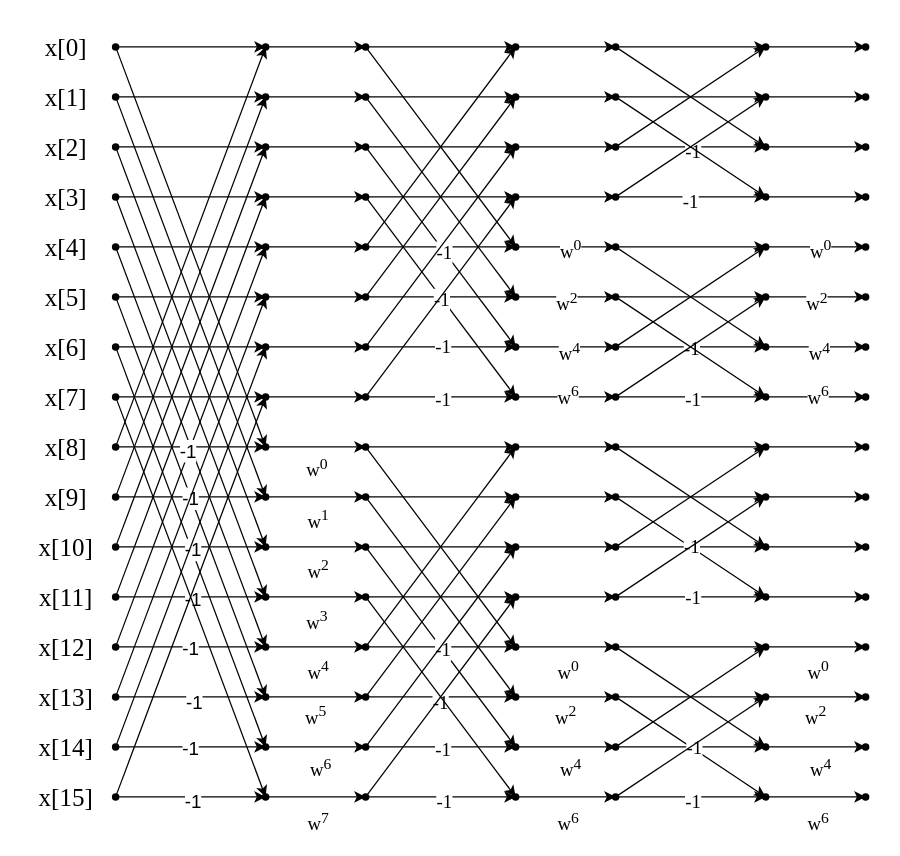
The draw.io diagram DIF_BFG.drawio in ALpht/16_FFT, before the edit. Source tidied: cells renumbered, new cells numbered last; positions are measured from the earlier drawing's top-left corner, leaving out a move shared by most shapes. Both pictures are drawn from the tidied source at 125%, with x=0, y=0 at pixel (21, 21).
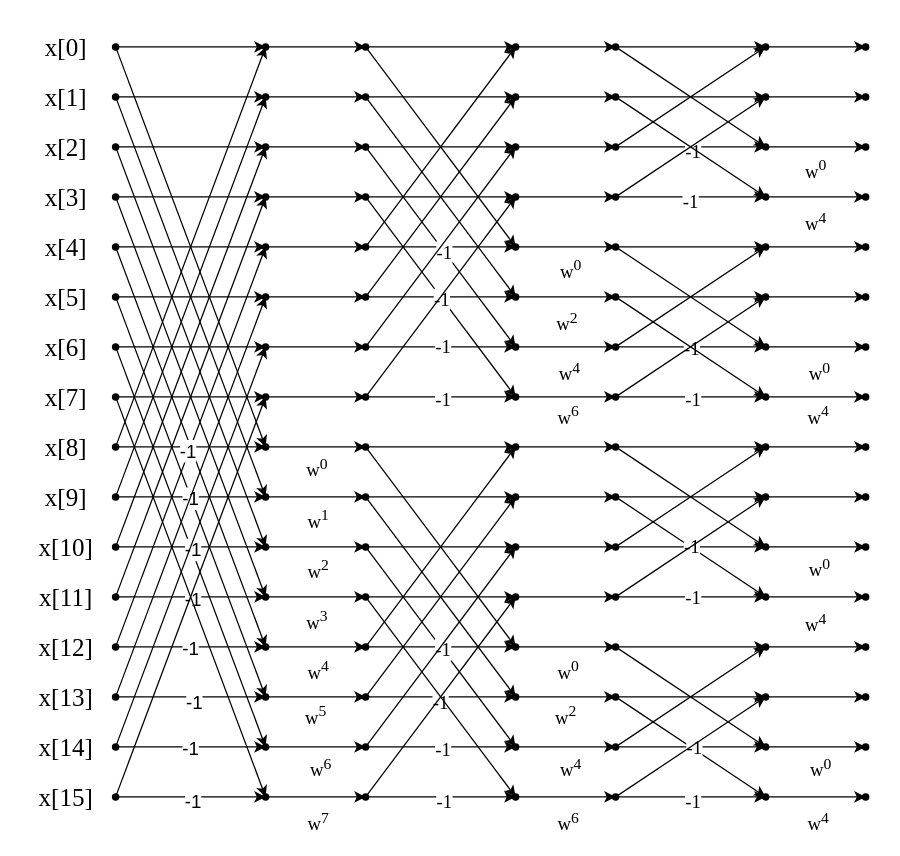
The same diagram, later.

Unchanged cells that the change refers to:
```xml
<mxCell id="188" style="edgeStyle=none;shape=connector;rounded=0;jettySize=auto;html=1;labelBackgroundColor=default;strokeColor=default;align=center;verticalAlign=middle;fontFamily=Helvetica;fontSize=11;fontColor=default;endArrow=classic;" parent="1" edge="1" target="208">
  <mxGeometry relative="1" as="geometry">
    <mxPoint x="395" y="180" as="sourcePoint" />
  </mxGeometry>
</mxCell>
<mxCell id="190" style="edgeStyle=none;shape=connector;rounded=0;jettySize=auto;html=1;labelBackgroundColor=default;strokeColor=default;align=center;verticalAlign=middle;fontFamily=Helvetica;fontSize=11;fontColor=default;endArrow=classic;" parent="1" edge="1" target="209">
  <mxGeometry relative="1" as="geometry">
    <mxPoint x="395" y="300" as="sourcePoint" />
  </mxGeometry>
</mxCell>
<mxCell id="192" style="edgeStyle=none;shape=connector;rounded=0;jettySize=auto;html=1;labelBackgroundColor=default;strokeColor=default;align=center;verticalAlign=middle;fontFamily=Helvetica;fontSize=11;fontColor=default;endArrow=classic;" parent="1" edge="1" target="212">
  <mxGeometry relative="1" as="geometry">
    <mxPoint x="395" y="260" as="sourcePoint" />
  </mxGeometry>
</mxCell>
<mxCell id="226" style="edgeStyle=none;shape=connector;rounded=0;jettySize=auto;html=1;entryX=0.75;entryY=0.45;entryDx=0;entryDy=0;entryPerimeter=0;labelBackgroundColor=default;strokeColor=default;align=center;verticalAlign=middle;fontFamily=Helvetica;fontSize=11;fontColor=default;endArrow=classic;" parent="1" edge="1" target="214">
  <mxGeometry relative="1" as="geometry">
    <mxPoint x="395" y="220" as="sourcePoint" />
  </mxGeometry>
</mxCell>
<mxCell id="284" style="edgeStyle=none;shape=connector;rounded=0;jettySize=auto;html=1;labelBackgroundColor=default;strokeColor=default;align=center;verticalAlign=middle;fontFamily=Helvetica;fontSize=11;fontColor=default;endArrow=classic;" parent="1" edge="1" target="297">
  <mxGeometry relative="1" as="geometry">
    <mxPoint x="595" y="180" as="sourcePoint" />
  </mxGeometry>
</mxCell>
<mxCell id="286" style="edgeStyle=none;shape=connector;rounded=0;jettySize=auto;html=1;labelBackgroundColor=default;strokeColor=default;align=center;verticalAlign=middle;fontFamily=Helvetica;fontSize=11;fontColor=default;endArrow=classic;" parent="1" edge="1" target="298">
  <mxGeometry relative="1" as="geometry">
    <mxPoint x="595" y="300" as="sourcePoint" />
  </mxGeometry>
</mxCell>
<mxCell id="288" style="edgeStyle=none;shape=connector;rounded=0;jettySize=auto;html=1;labelBackgroundColor=default;strokeColor=default;align=center;verticalAlign=middle;fontFamily=Helvetica;fontSize=11;fontColor=default;endArrow=classic;" parent="1" edge="1" target="299">
  <mxGeometry relative="1" as="geometry">
    <mxPoint x="595" y="260" as="sourcePoint" />
  </mxGeometry>
</mxCell>
<mxCell id="290" style="edgeStyle=none;shape=connector;rounded=0;jettySize=auto;html=1;labelBackgroundColor=default;strokeColor=default;align=center;verticalAlign=middle;fontFamily=Helvetica;fontSize=11;fontColor=default;endArrow=classic;" parent="1" edge="1" target="303">
  <mxGeometry relative="1" as="geometry">
    <mxPoint x="595" y="420" as="sourcePoint" />
  </mxGeometry>
</mxCell>
<mxCell id="291" style="edgeStyle=none;shape=connector;rounded=0;jettySize=auto;html=1;labelBackgroundColor=default;strokeColor=default;align=center;verticalAlign=middle;fontFamily=Helvetica;fontSize=11;fontColor=default;endArrow=classic;" parent="1" edge="1" target="307">
  <mxGeometry relative="1" as="geometry">
    <mxPoint x="595" y="580" as="sourcePoint" />
  </mxGeometry>
</mxCell>
<mxCell id="309" style="edgeStyle=none;shape=connector;rounded=0;jettySize=auto;html=1;entryX=0.05;entryY=0.5;entryDx=0;entryDy=0;entryPerimeter=0;labelBackgroundColor=default;strokeColor=default;align=center;verticalAlign=middle;fontFamily=Helvetica;fontSize=11;fontColor=default;endArrow=classic;" parent="1" edge="1" target="295">
  <mxGeometry relative="1" as="geometry">
    <mxPoint x="595" y="100" as="sourcePoint" />
  </mxGeometry>
</mxCell>
<mxCell id="310" style="edgeStyle=none;shape=connector;rounded=0;jettySize=auto;html=1;entryX=-0.1;entryY=0.35;entryDx=0;entryDy=0;entryPerimeter=0;labelBackgroundColor=default;strokeColor=default;align=center;verticalAlign=middle;fontFamily=Helvetica;fontSize=11;fontColor=default;endArrow=classic;" parent="1" edge="1" target="294">
  <mxGeometry relative="1" as="geometry">
    <mxPoint x="595" y="140" as="sourcePoint" />
  </mxGeometry>
</mxCell>
<mxCell id="311" style="edgeStyle=none;shape=connector;rounded=0;jettySize=auto;html=1;entryX=0.75;entryY=0.45;entryDx=0;entryDy=0;entryPerimeter=0;labelBackgroundColor=default;strokeColor=default;align=center;verticalAlign=middle;fontFamily=Helvetica;fontSize=11;fontColor=default;endArrow=classic;" parent="1" edge="1" target="300">
  <mxGeometry relative="1" as="geometry">
    <mxPoint x="595" y="220" as="sourcePoint" />
  </mxGeometry>
</mxCell>
<mxCell id="315" style="edgeStyle=none;shape=connector;rounded=0;jettySize=auto;html=1;entryX=0.4;entryY=0.75;entryDx=0;entryDy=0;entryPerimeter=0;labelBackgroundColor=default;strokeColor=default;align=center;verticalAlign=middle;fontFamily=Helvetica;fontSize=11;fontColor=default;endArrow=classic;" parent="1" edge="1" target="302">
  <mxGeometry relative="1" as="geometry">
    <mxPoint x="595" y="460" as="sourcePoint" />
  </mxGeometry>
</mxCell>
<mxCell id="316" style="edgeStyle=none;shape=connector;rounded=0;jettySize=auto;html=1;entryX=0.25;entryY=0.6;entryDx=0;entryDy=0;entryPerimeter=0;labelBackgroundColor=default;strokeColor=default;align=center;verticalAlign=middle;fontFamily=Helvetica;fontSize=11;fontColor=default;endArrow=classic;" parent="1" edge="1" target="305">
  <mxGeometry relative="1" as="geometry">
    <mxPoint x="595" y="500" as="sourcePoint" />
  </mxGeometry>
</mxCell>
<mxCell id="318" style="edgeStyle=none;shape=connector;rounded=0;jettySize=auto;html=1;entryX=0.2;entryY=0.45;entryDx=0;entryDy=0;entryPerimeter=0;labelBackgroundColor=default;strokeColor=default;align=center;verticalAlign=middle;fontFamily=Helvetica;fontSize=11;fontColor=default;endArrow=classic;" parent="1" edge="1" target="308">
  <mxGeometry relative="1" as="geometry">
    <mxPoint x="595" y="540" as="sourcePoint" />
  </mxGeometry>
</mxCell>
<mxCell id="320" style="edgeStyle=none;shape=connector;rounded=0;jettySize=auto;html=1;entryX=-0.15;entryY=0.5;entryDx=0;entryDy=0;entryPerimeter=0;labelBackgroundColor=default;strokeColor=default;align=center;verticalAlign=middle;fontFamily=Helvetica;fontSize=11;fontColor=default;endArrow=classic;" parent="1" edge="1" target="306">
  <mxGeometry relative="1" as="geometry">
    <mxPoint x="595" y="620" as="sourcePoint" />
  </mxGeometry>
</mxCell>
```

Diff of the diagram source:
```diff
@@
-    <mxCell id="189" value="&lt;font style=&quot;font-size: 15px;&quot; face=&quot;Times New Roman&quot;&gt;w&lt;sup&gt;0&lt;/sup&gt;&lt;/font&gt;" style="edgeLabel;html=1;align=center;verticalAlign=middle;fontSize=11;fontFamily=Helvetica;fontColor=default;" parent="188" vertex="1">
+    <mxCell id="189" value="&lt;font style=&quot;font-size: 15px;&quot; face=&quot;Times New Roman&quot;&gt;w&lt;sup&gt;0&lt;/sup&gt;&lt;/font&gt;" style="edgeLabel;html=1;align=center;verticalAlign=top;fontSize=11;fontFamily=Helvetica;fontColor=default;labelPosition=center;verticalLabelPosition=bottom;" parent="188" vertex="1">
       <mxGeometry x="0.07" y="-1" relative="1" as="geometry" />
     </mxCell>
@@
-    <mxCell id="191" value="&lt;font style=&quot;font-size: 15px;&quot; face=&quot;Times New Roman&quot;&gt;w&lt;sup style=&quot;border-color: var(--border-color);&quot;&gt;6&lt;/sup&gt;&lt;/font&gt;" style="edgeLabel;html=1;align=center;verticalAlign=middle;fontSize=11;fontFamily=Helvetica;fontColor=default;" parent="190" vertex="1">
+    <mxCell id="191" value="&lt;font style=&quot;font-size: 15px;&quot; face=&quot;Times New Roman&quot;&gt;w&lt;sup style=&quot;border-color: var(--border-color);&quot;&gt;6&lt;/sup&gt;&lt;/font&gt;" style="edgeLabel;html=1;align=center;verticalAlign=top;fontSize=11;fontFamily=Helvetica;fontColor=default;labelPosition=center;verticalLabelPosition=bottom;" parent="190" vertex="1">
       <mxGeometry x="0.03" y="2" relative="1" as="geometry" />
     </mxCell>
@@
-    <mxCell id="193" value="&lt;font style=&quot;font-size: 15px;&quot; face=&quot;Times New Roman&quot;&gt;w&lt;sup style=&quot;border-color: var(--border-color);&quot;&gt;4&lt;/sup&gt;&lt;/font&gt;" style="edgeLabel;html=1;align=center;verticalAlign=middle;fontSize=11;fontFamily=Helvetica;fontColor=default;" parent="192" vertex="1">
+    <mxCell id="193" value="&lt;font style=&quot;font-size: 15px;&quot; face=&quot;Times New Roman&quot;&gt;w&lt;sup style=&quot;border-color: var(--border-color);&quot;&gt;4&lt;/sup&gt;&lt;/font&gt;" style="edgeLabel;html=1;align=center;verticalAlign=top;fontSize=11;fontFamily=Helvetica;fontColor=default;labelPosition=center;verticalLabelPosition=bottom;" parent="192" vertex="1">
       <mxGeometry x="0.05" y="-3" relative="1" as="geometry" />
     </mxCell>
@@
-    <mxCell id="227" value="&lt;font style=&quot;font-size: 15px;&quot; face=&quot;Times New Roman&quot;&gt;w&lt;sup style=&quot;border-color: var(--border-color);&quot;&gt;2&lt;/sup&gt;&lt;/font&gt;" style="edgeLabel;html=1;align=center;verticalAlign=middle;fontSize=11;fontFamily=Helvetica;fontColor=default;" parent="226" vertex="1">
+    <mxCell id="227" value="&lt;font style=&quot;font-size: 15px;&quot; face=&quot;Times New Roman&quot;&gt;w&lt;sup style=&quot;border-color: var(--border-color);&quot;&gt;2&lt;/sup&gt;&lt;/font&gt;" style="edgeLabel;html=1;align=center;verticalAlign=top;fontSize=11;fontFamily=Helvetica;fontColor=default;labelPosition=center;verticalLabelPosition=bottom;" parent="226" vertex="1">
       <mxGeometry y="-3" relative="1" as="geometry" />
     </mxCell>
@@
-    <mxCell id="285" value="&lt;font style=&quot;font-size: 15px;&quot; face=&quot;Times New Roman&quot;&gt;w&lt;sup&gt;0&lt;/sup&gt;&lt;/font&gt;" style="edgeLabel;html=1;align=center;verticalAlign=middle;fontSize=11;fontFamily=Helvetica;fontColor=default;" parent="284" vertex="1">
-      <mxGeometry x="0.07" y="-1" relative="1" as="geometry" />
-    </mxCell>
@@
-    <mxCell id="287" value="&lt;font style=&quot;font-size: 15px;&quot; face=&quot;Times New Roman&quot;&gt;w&lt;sup style=&quot;border-color: var(--border-color);&quot;&gt;6&lt;/sup&gt;&lt;/font&gt;" style="edgeLabel;html=1;align=center;verticalAlign=middle;fontSize=11;fontFamily=Helvetica;fontColor=default;" parent="286" vertex="1">
+    <mxCell id="287" value="&lt;font style=&quot;font-size: 15px;&quot; face=&quot;Times New Roman&quot;&gt;w&lt;sup style=&quot;border-color: var(--border-color);&quot;&gt;4&lt;/sup&gt;&lt;/font&gt;" style="edgeLabel;html=1;align=center;verticalAlign=top;fontSize=11;fontFamily=Helvetica;fontColor=default;labelPosition=center;verticalLabelPosition=bottom;" parent="286" vertex="1">
       <mxGeometry x="0.03" y="2" relative="1" as="geometry" />
     </mxCell>
@@
-    <mxCell id="289" value="&lt;font style=&quot;font-size: 15px;&quot; face=&quot;Times New Roman&quot;&gt;w&lt;sup style=&quot;border-color: var(--border-color);&quot;&gt;4&lt;/sup&gt;&lt;/font&gt;" style="edgeLabel;html=1;align=center;verticalAlign=middle;fontSize=11;fontFamily=Helvetica;fontColor=default;" parent="288" vertex="1">
+    <mxCell id="289" value="&lt;font style=&quot;font-size: 15px;&quot; face=&quot;Times New Roman&quot;&gt;w&lt;sup style=&quot;border-color: var(--border-color);&quot;&gt;0&lt;/sup&gt;&lt;/font&gt;" style="edgeLabel;html=1;align=center;verticalAlign=top;fontSize=11;fontFamily=Helvetica;fontColor=default;labelPosition=center;verticalLabelPosition=bottom;" parent="288" vertex="1">
       <mxGeometry x="0.05" y="-3" relative="1" as="geometry" />
     </mxCell>
@@
+    <mxCell id="322" value="&lt;font style=&quot;font-size: 15px;&quot; face=&quot;Times New Roman&quot;&gt;w&lt;sup style=&quot;border-color: var(--border-color);&quot;&gt;0&lt;/sup&gt;&lt;/font&gt;" style="edgeLabel;html=1;align=center;verticalAlign=top;fontSize=11;fontFamily=Helvetica;fontColor=default;labelPosition=center;verticalLabelPosition=bottom;" parent="290" vertex="1">
+      <mxGeometry x="0.05" relative="1" as="geometry" />
+    </mxCell>
@@
-    <mxCell id="292" value="&lt;font style=&quot;font-size: 15px;&quot; face=&quot;Times New Roman&quot;&gt;w&lt;sup&gt;4&lt;/sup&gt;&lt;/font&gt;" style="edgeLabel;html=1;align=center;verticalAlign=top;fontSize=11;fontFamily=Helvetica;fontColor=default;labelPosition=center;verticalLabelPosition=bottom;" parent="291" vertex="1">
+    <mxCell id="292" value="&lt;font style=&quot;font-size: 15px;&quot; face=&quot;Times New Roman&quot;&gt;w&lt;sup&gt;0&lt;/sup&gt;&lt;/font&gt;" style="edgeLabel;html=1;align=center;verticalAlign=top;fontSize=11;fontFamily=Helvetica;fontColor=default;labelPosition=center;verticalLabelPosition=bottom;" parent="291" vertex="1">
       <mxGeometry x="0.07" relative="1" as="geometry" />
     </mxCell>
@@
+    <mxCell id="323" value="&lt;font style=&quot;font-size: 15px;&quot; face=&quot;Times New Roman&quot;&gt;w&lt;sup style=&quot;border-color: var(--border-color);&quot;&gt;0&lt;/sup&gt;&lt;/font&gt;" style="edgeLabel;html=1;align=center;verticalAlign=top;fontSize=11;fontFamily=Helvetica;fontColor=default;labelPosition=center;verticalLabelPosition=bottom;" parent="309" vertex="1">
+      <mxGeometry x="-0.03" y="-1" relative="1" as="geometry" />
+    </mxCell>
@@
+    <mxCell id="324" value="&lt;font style=&quot;font-size: 15px;&quot; face=&quot;Times New Roman&quot;&gt;w&lt;sup style=&quot;border-color: var(--border-color);&quot;&gt;4&lt;/sup&gt;&lt;/font&gt;" style="edgeLabel;html=1;align=center;verticalAlign=top;fontSize=11;fontFamily=Helvetica;fontColor=default;labelPosition=center;verticalLabelPosition=bottom;" parent="310" vertex="1">
+      <mxGeometry x="-0.03" y="-3" relative="1" as="geometry" />
+    </mxCell>
@@
-    <mxCell id="312" value="&lt;font style=&quot;font-size: 15px;&quot; face=&quot;Times New Roman&quot;&gt;w&lt;sup style=&quot;border-color: var(--border-color);&quot;&gt;2&lt;/sup&gt;&lt;/font&gt;" style="edgeLabel;html=1;align=center;verticalAlign=middle;fontSize=11;fontFamily=Helvetica;fontColor=default;" parent="311" vertex="1">
-      <mxGeometry y="-3" relative="1" as="geometry" />
-    </mxCell>
@@
+    <mxCell id="325" value="&lt;font style=&quot;font-size: 15px;&quot; face=&quot;Times New Roman&quot;&gt;w&lt;sup style=&quot;border-color: var(--border-color);&quot;&gt;4&lt;/sup&gt;&lt;/font&gt;" style="edgeLabel;html=1;align=center;verticalAlign=top;fontSize=11;fontFamily=Helvetica;fontColor=default;labelPosition=center;verticalLabelPosition=bottom;" parent="315" vertex="1">
+      <mxGeometry x="-0.03" y="-4" relative="1" as="geometry" />
+    </mxCell>
@@
-    <mxCell id="317" value="&lt;font style=&quot;font-size: 15px;&quot; face=&quot;Times New Roman&quot;&gt;w&lt;sup&gt;0&lt;/sup&gt;&lt;/font&gt;" style="edgeLabel;html=1;align=center;verticalAlign=top;fontSize=11;fontFamily=Helvetica;fontColor=default;labelPosition=center;verticalLabelPosition=bottom;" parent="316" vertex="1">
-      <mxGeometry x="0.03" y="-2" relative="1" as="geometry" />
-    </mxCell>
@@
-    <mxCell id="319" value="&lt;font style=&quot;font-size: 15px;&quot; face=&quot;Times New Roman&quot;&gt;w&lt;sup&gt;2&lt;/sup&gt;&lt;/font&gt;" style="edgeLabel;html=1;align=center;verticalAlign=top;fontSize=11;fontFamily=Helvetica;fontColor=default;labelPosition=center;verticalLabelPosition=bottom;" parent="318" vertex="1">
-      <mxGeometry x="-0.03" y="2" relative="1" as="geometry" />
-    </mxCell>
@@
-    <mxCell id="321" value="&lt;font style=&quot;font-size: 15px;&quot; face=&quot;Times New Roman&quot;&gt;w&lt;sup&gt;6&lt;/sup&gt;&lt;/font&gt;" style="edgeLabel;html=1;align=center;verticalAlign=top;fontSize=11;fontFamily=Helvetica;fontColor=default;labelPosition=center;verticalLabelPosition=bottom;" parent="320" vertex="1">
+    <mxCell id="321" value="&lt;font style=&quot;font-size: 15px;&quot; face=&quot;Times New Roman&quot;&gt;w&lt;sup&gt;4&lt;/sup&gt;&lt;/font&gt;" style="edgeLabel;html=1;align=center;verticalAlign=top;fontSize=11;fontFamily=Helvetica;fontColor=default;labelPosition=center;verticalLabelPosition=bottom;" parent="320" vertex="1">
       <mxGeometry x="0.03" y="-3" relative="1" as="geometry" />
     </mxCell>
```
